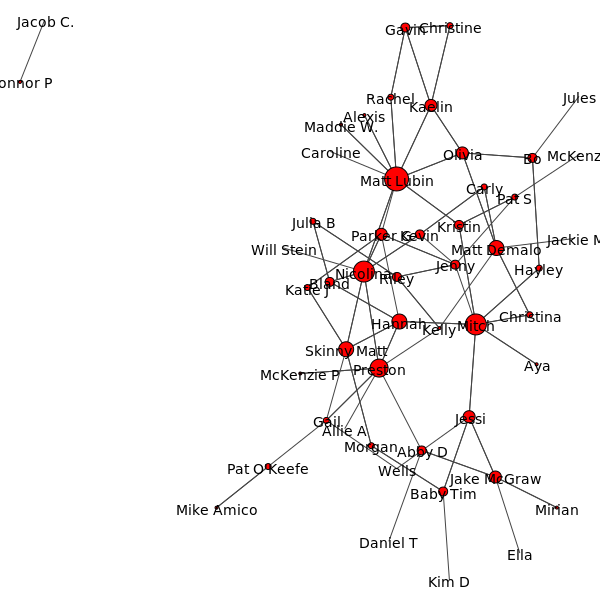
This is the_web.png from rpg2014/force-web, a Graphviz export, as it was before one commit. Its source is kept beside it as the_web.dot.
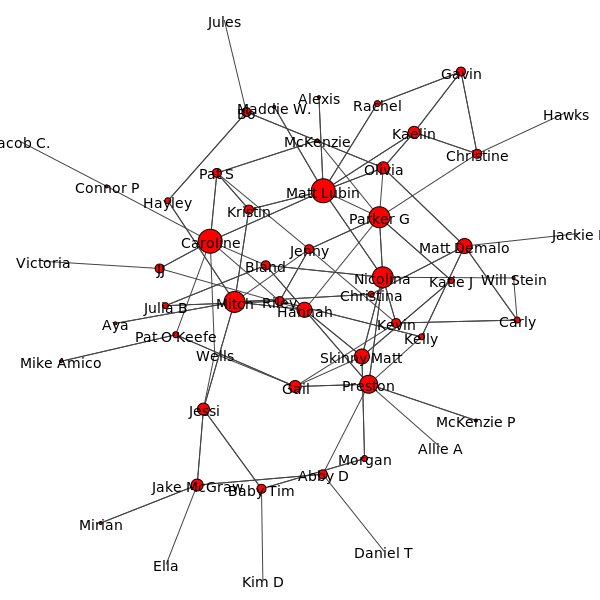
Later version of the same file.

The edit, as a diff of the source:
```diff
@@ -3,7 +3,7 @@
   0 [
     label="Parker G"
     name="Parker G"
-    size=12
+    size=21
   ];
   1 [
     label="Skinny Matt"
@@ -83,12 +83,12 @@
   16 [
     label=Gail
     name=Gail
-    size=6
+    size=12
   ];
   17 [
     label=Kelly
     name=Kelly
-    size=3
+    size=6
   ];
   18 [
     label="Allie A"
@@ -133,7 +133,7 @@
   26 [
     label=Christine
     name=Christine
-    size=6
+    size=9
   ];
   27 [
     label=Rachel
@@ -153,7 +153,7 @@
   30 [
     label="Pat S"
     name="Pat S"
-    size=6
+    size=9
   ];
   31 [
     label=Kevin
@@ -216,50 +216,68 @@
     size=3
   ];
   43 [
+    label="Pat O'Keefe"
+    name="Pat O'Keefe"
+    size=6
+  ];
+  44 [
+    label=Caroline
+    name=Caroline
+    size=24
+  ];
+  45 [
     label="Will Stein"
     name="Will Stein"
-    size=0
+    size=3
   ];
-  44 [
+  46 [
     label=Ella
     name=Ella
     size=0
   ];
-  45 [
-    label=Caroline
-    name=Caroline
-    size=0
-  ];
-  46 [
+  47 [
     label="Jackie M"
     name="Jackie M"
     size=0
   ];
-  47 [
+  48 [
     label=McKenzie
     name=McKenzie
-    size=0
+    size=3
   ];
-  48 [
+  49 [
     label=Jules
     name=Jules
     size=0
   ];
-  49 [
+  50 [
     label="Jacob C."
     name="Jacob C."
     size=0
   ];
-  50 [
-    label="Pat O'Keefe"
-    name="Pat O'Keefe"
-    size=6
+  51 [
+    label=Hawks
+    name=Hawks
+    size=0
+  ];
+  52 [
+    label=JJ
+    name=JJ
+    size=9
+  ];
+  53 [
+    label=Victoria
+    name=Victoria
+    size=0
   ];
 
   2 -- 0;
   23 -- 0;
   5 -- 0;
   11 -- 0;
+  28 -- 0;
+  48 -- 0;
+  26 -- 0;
   3 -- 1;
   4 -- 1;
   5 -- 1;
@@ -279,7 +297,7 @@
   23 -- 5;
   15 -- 5;
   5 -- 0;
-  43 -- 5;
+  45 -- 5;
   31 -- 5;
   39 -- 5;
   7 -- 6;
@@ -292,7 +310,7 @@
   9 -- 7;
   14 -- 9;
   13 -- 9;
-  44 -- 9;
+  46 -- 9;
   22 -- 10;
   10 -- 2;
   21 -- 10;
@@ -314,7 +332,10 @@
   19 -- 15;
   16 -- 15;
   16 -- 8;
+  43 -- 16;
+  31 -- 16;
   33 -- 17;
+  24 -- 17;
   19 -- 15;
   23 -- 21;
   21 -- 10;
@@ -323,7 +344,7 @@
   22 -- 10;
   23 -- 21;
   23 -- 5;
-  45 -- 23;
+  44 -- 23;
   28 -- 23;
   29 -- 23;
   27 -- 23;
@@ -332,13 +353,14 @@
   24 -- 22;
   28 -- 24;
   24 -- 17;
-  46 -- 24;
+  47 -- 24;
   32 -- 24;
   27 -- 25;
   26 -- 25;
   29 -- 25;
   26 -- 25;
   29 -- 26;
+  51 -- 26;
   27 -- 23;
   27 -- 25;
   28 -- 23;
@@ -350,7 +372,8 @@
   29 -- 25;
   29 -- 26;
   30 -- 21;
-  47 -- 30;
+  48 -- 30;
+  44 -- 30;
   32 -- 31;
   31 -- 5;
   31 -- 2;
@@ -367,13 +390,26 @@
   38 -- 37;
   38 -- 28;
   38 -- 37;
-  48 -- 38;
+  49 -- 38;
   39 -- 36;
   39 -- 5;
   39 -- 3;
-  49 -- 40;
+  50 -- 40;
   41 -- 10;
-  50 -- 42;
-  50 -- 42;
-  50 -- 16;
+  43 -- 42;
+  43 -- 42;
+  43 -- 16;
+  44 -- 23;
+  52 -- 44;
+  44 -- 30;
+  44 -- 33;
+  44 -- 39;
+  44 -- 8;
+  44 -- 40;
+  44 -- 43;
+  45 -- 32;
+  48 -- 30;
+  52 -- 3;
+  52 -- 44;
+  53 -- 52;
 }
```
